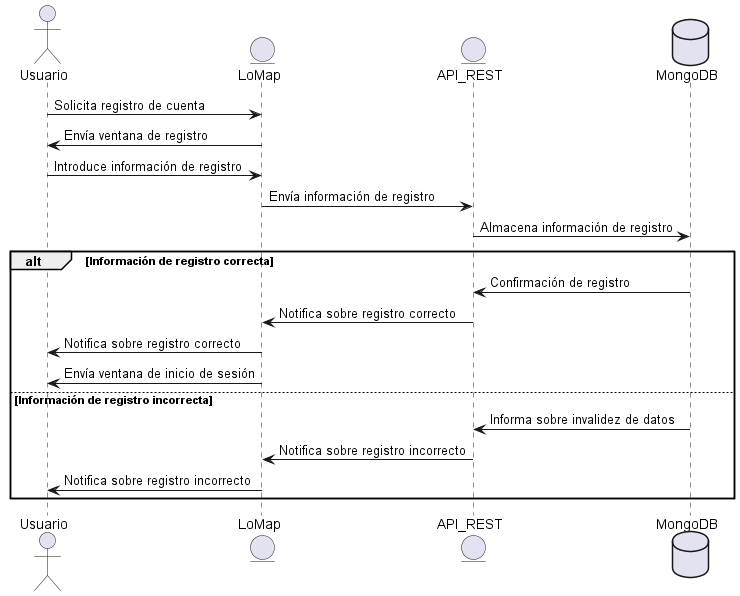
Before: images/Sequence diagram1.png, a diagram exported from PlantUML (Arquisoft/lomap_es3c).
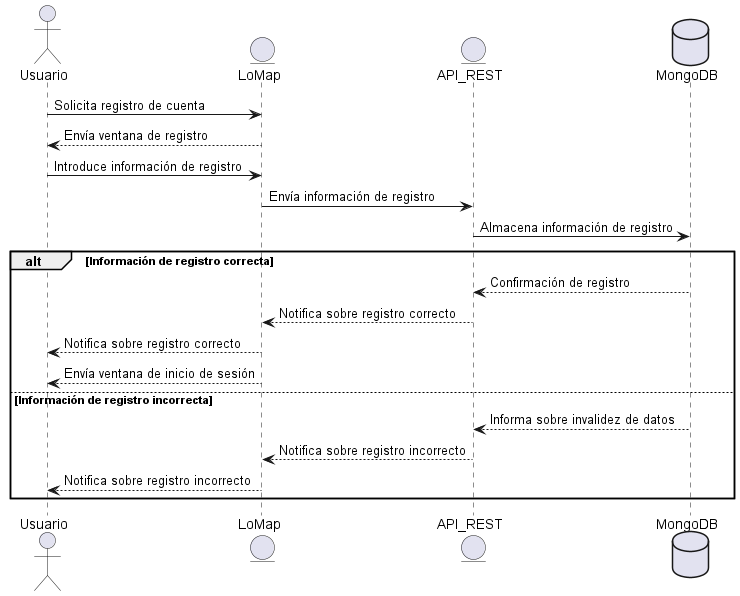
Later version of the same file.

Change to the diagram source:
```diff
@@ -4,18 +4,18 @@
 Usuario -> LoMap: Solicita registro de cuenta
 entity API_REST
 database MongoDB as "MongoDB"
-LoMap-> Usuario: Envía ventana de registro
+LoMap--> Usuario: Envía ventana de registro
 Usuario -> LoMap: Introduce información de registro
 LoMap -> API_REST: Envía información de registro
 API_REST -> MongoDB: Almacena información de registro
 alt Información de registro correcta
-MongoDB-> API_REST : Confirmación de registro
-API_REST -> LoMap: Notifica sobre registro correcto
-LoMap-> Usuario: Notifica sobre registro correcto
-LoMap-> Usuario: Envía ventana de inicio de sesión
+MongoDB--> API_REST : Confirmación de registro
+API_REST--> LoMap: Notifica sobre registro correcto
+LoMap--> Usuario: Notifica sobre registro correcto
+LoMap--> Usuario: Envía ventana de inicio de sesión
 else Información de registro incorrecta
-MongoDB-> API_REST: Informa sobre invalidez de datos
-API_REST -> LoMap: Notifica sobre registro incorrecto
-LoMap-> Usuario: Notifica sobre registro incorrecto
+MongoDB--> API_REST: Informa sobre invalidez de datos
+API_REST--> LoMap: Notifica sobre registro incorrecto
+LoMap--> Usuario: Notifica sobre registro incorrecto
 end
 @enduml
```
